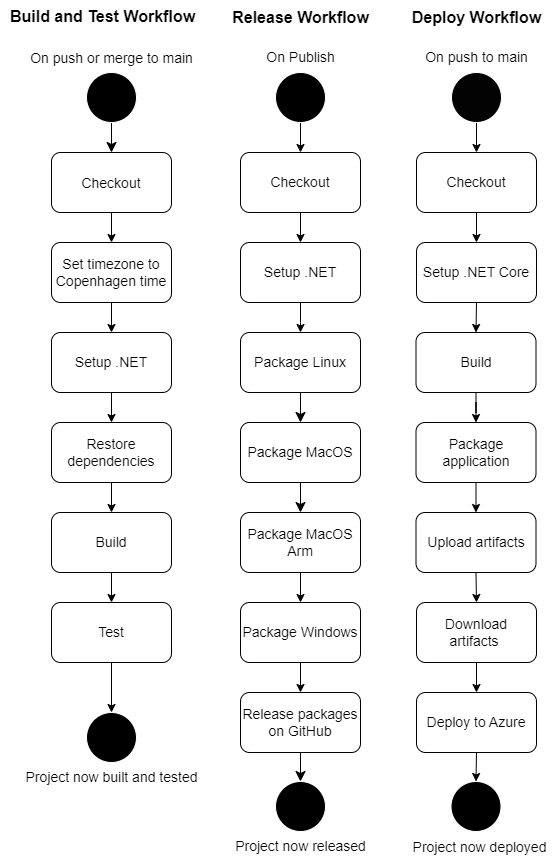
The draw.io diagram docs/diagrams/ReleaseActivityDiagram.png in ITU-BDSA23-GROUP19/Chirp, before a commit. Source tidied: cells renumbered, new cells last; positions are measured from the earlier drawing's top-left corner, leaving out a move shared by most shapes.
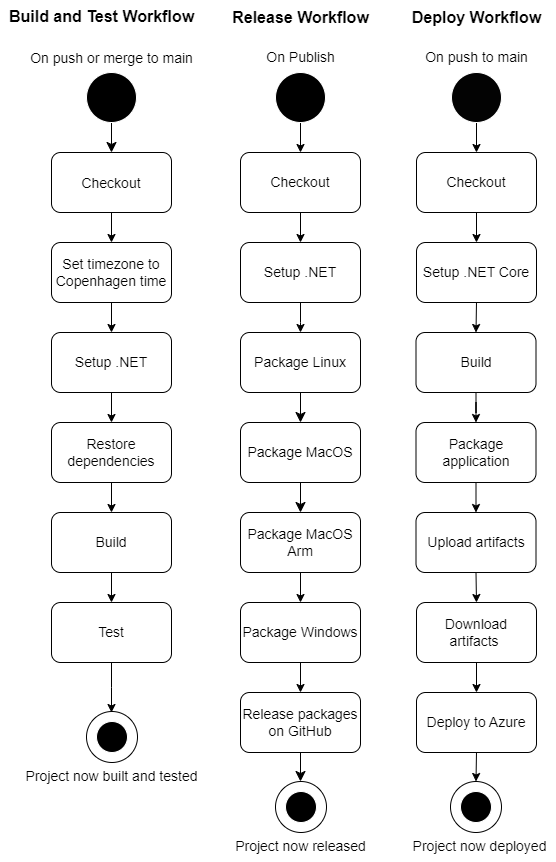
Later version of the same file.

Diff of the diagram source:
```diff
@@ -44,9 +44,6 @@
     <mxCell id="13" value="&lt;font style=&quot;font-size: 14px;&quot;&gt;Package Windows&lt;/font&gt;" style="rounded=1;whiteSpace=wrap;html=1;fillColor=#FFFFFF;strokeColor=#000000;" parent="1" vertex="1">
       <mxGeometry x="240" y="602" width="120" height="60" as="geometry" />
     </mxCell>
-    <mxCell id="14" style="ellipse;whiteSpace=wrap;html=1;fillColor=#000000;strokeColor=#FFFFFF;" parent="1" vertex="1">
-      <mxGeometry x="275" y="781" width="50" height="50" as="geometry" />
-    </mxCell>
     <mxCell id="15" value="&lt;font style=&quot;font-size: 14px;&quot;&gt;Project now released&lt;/font&gt;" style="text;html=1;align=center;verticalAlign=middle;strokeColor=none;fillColor=none;" parent="1" vertex="1">
       <mxGeometry x="220" y="831" width="160" height="30" as="geometry" />
     </mxCell>
@@ -83,9 +80,6 @@
     <mxCell id="26" value="&lt;font color=&quot;#000000&quot; style=&quot;font-size: 14px;&quot;&gt;Build&lt;br&gt;&lt;/font&gt;" style="rounded=1;whiteSpace=wrap;html=1;fillColor=#FFFFFF;strokeColor=#000000;fontColor=#FFFFFF;" parent="1" vertex="1">
       <mxGeometry x="415.5" y="332" width="120" height="60" as="geometry" />
     </mxCell>
-    <mxCell id="27" style="ellipse;whiteSpace=wrap;html=1;strokeColor=#FFFFFF;fillColor=#000000;" parent="1" vertex="1">
-      <mxGeometry x="450.5" y="781" width="50" height="50" as="geometry" />
-    </mxCell>
     <mxCell id="28" value="&lt;font color=&quot;#030303&quot; style=&quot;font-size: 14px;&quot;&gt;Project now deployed&lt;br&gt;&lt;/font&gt;" style="text;html=1;align=center;verticalAlign=middle;strokeColor=none;fillColor=none;fontColor=#FFFFFF;" parent="1" vertex="1">
       <mxGeometry x="402" y="832" width="153" height="29" as="geometry" />
     </mxCell>
@@ -134,15 +128,14 @@
     <mxCell id="43" value="&lt;font style=&quot;font-size: 14px;&quot;&gt;Build&lt;/font&gt;" style="rounded=1;whiteSpace=wrap;html=1;strokeColor=#000000;fillColor=#FFFFFF;" parent="1" vertex="1">
       <mxGeometry x="51" y="512" width="120" height="60" as="geometry" />
     </mxCell>
-    <mxCell id="44" style="edgeStyle=orthogonalEdgeStyle;rounded=0;jettySize=auto;html=1;exitX=0.5;exitY=1;exitDx=0;exitDy=0;entryX=0.5;entryY=0;entryDx=0;entryDy=0;strokeColor=#000000;" parent="1" edge="1" source="45" target="46">
-      <mxGeometry relative="1" as="geometry" />
+    <mxCell id="44" style="edgeStyle=orthogonalEdgeStyle;rounded=0;jettySize=auto;html=1;exitX=0.5;exitY=1;exitDx=0;exitDy=0;entryX=0.5;entryY=0;entryDx=0;entryDy=0;strokeColor=#000000;" parent="1" edge="1" source="45">
+      <mxGeometry relative="1" as="geometry">
+        <mxPoint x="111" y="712" as="targetPoint" />
+      </mxGeometry>
     </mxCell>
     <mxCell id="45" value="&lt;span style=&quot;font-size: 14px;&quot;&gt;Test&lt;/span&gt;" style="rounded=1;whiteSpace=wrap;html=1;strokeColor=#000000;fillColor=#FFFFFF;" parent="1" vertex="1">
       <mxGeometry x="51" y="602" width="120" height="60" as="geometry" />
     </mxCell>
-    <mxCell id="46" style="ellipse;whiteSpace=wrap;html=1;fontSize=16;fillColor=#000000;strokeColor=#FFFFFF;" parent="1" vertex="1">
-      <mxGeometry x="86" y="712" width="50" height="50" as="geometry" />
-    </mxCell>
     <mxCell id="47" value="&lt;font style=&quot;font-size: 14px;&quot;&gt;Project now built and tested&lt;/font&gt;" style="text;html=1;align=center;verticalAlign=middle;strokeColor=none;fillColor=none;" parent="1" vertex="1">
       <mxGeometry x="15" y="762" width="192" height="29" as="geometry" />
     </mxCell>
@@ -158,8 +151,10 @@
     <mxCell id="51" value="&lt;font style=&quot;font-size: 14px;&quot;&gt;Package MacOS&lt;br&gt;&lt;/font&gt;" style="rounded=1;whiteSpace=wrap;html=1;fillColor=#FFFFFF;strokeColor=#000000;" parent="1" vertex="1">
       <mxGeometry x="240" y="422" width="120" height="60" as="geometry" />
     </mxCell>
-    <mxCell id="52" style="edgeStyle=none;curved=1;rounded=0;jettySize=auto;html=1;exitX=0.5;exitY=1;exitDx=0;exitDy=0;entryX=0.5;entryY=0;entryDx=0;entryDy=0;fontSize=12;startSize=8;endSize=8;" parent="1" edge="1" source="53" target="14">
-      <mxGeometry relative="1" as="geometry" />
+    <mxCell id="52" style="edgeStyle=none;curved=1;rounded=0;jettySize=auto;html=1;exitX=0.5;exitY=1;exitDx=0;exitDy=0;entryX=0.5;entryY=0;entryDx=0;entryDy=0;fontSize=12;startSize=8;endSize=8;" parent="1" edge="1" source="53">
+      <mxGeometry relative="1" as="geometry">
+        <mxPoint x="300" y="781" as="targetPoint" />
+      </mxGeometry>
     </mxCell>
     <mxCell id="53" value="&lt;span style=&quot;font-size: 14px;&quot;&gt;Release packages on GitHub&lt;/span&gt;" style="rounded=1;whiteSpace=wrap;html=1;fillColor=#FFFFFF;strokeColor=#000000;" parent="1" vertex="1">
       <mxGeometry x="240" y="692" width="120" height="60" as="geometry" />
@@ -182,11 +177,29 @@
     <mxCell id="59" value="&lt;font color=&quot;#000000&quot; style=&quot;font-size: 14px;&quot;&gt;Download artifacts&amp;nbsp;&lt;br&gt;&lt;/font&gt;" style="rounded=1;whiteSpace=wrap;html=1;fillColor=#FFFFFF;strokeColor=#000000;fontColor=#FFFFFF;" parent="1" vertex="1">
       <mxGeometry x="416" y="602" width="120" height="60" as="geometry" />
     </mxCell>
-    <mxCell id="60" style="edgeStyle=orthogonalEdgeStyle;rounded=0;jettySize=auto;html=1;exitX=0.5;exitY=1;exitDx=0;exitDy=0;entryX=0.5;entryY=0;entryDx=0;entryDy=0;" parent="1" edge="1" source="61" target="27">
+    <mxCell id="60" style="edgeStyle=orthogonalEdgeStyle;rounded=0;jettySize=auto;html=1;exitX=0.5;exitY=1;exitDx=0;exitDy=0;entryX=0.5;entryY=0;entryDx=0;entryDy=0;" parent="1" edge="1" source="61" target="62">
       <mxGeometry relative="1" as="geometry" />
     </mxCell>
     <mxCell id="61" value="&lt;font color=&quot;#000000&quot; style=&quot;font-size: 14px;&quot;&gt;Deploy to Azure&lt;br&gt;&lt;/font&gt;" style="rounded=1;whiteSpace=wrap;html=1;fillColor=#FFFFFF;strokeColor=#000000;fontColor=#FFFFFF;" parent="1" vertex="1">
       <mxGeometry x="416" y="692" width="120" height="60" as="geometry" />
     </mxCell>
+    <mxCell id="62" style="ellipse;whiteSpace=wrap;html=1;" parent="1" vertex="1">
+      <mxGeometry x="450" y="781" width="51" height="51" as="geometry" />
+    </mxCell>
+    <mxCell id="27" style="ellipse;whiteSpace=wrap;html=1;strokeColor=#FFFFFF;fillColor=#000000;" parent="1" vertex="1">
+      <mxGeometry x="460" y="791" width="31" height="31" as="geometry" />
+    </mxCell>
+    <mxCell id="63" style="ellipse;whiteSpace=wrap;html=1;" parent="1" vertex="1">
+      <mxGeometry x="275" y="781" width="51" height="51" as="geometry" />
+    </mxCell>
+    <mxCell id="64" style="ellipse;whiteSpace=wrap;html=1;strokeColor=#FFFFFF;fillColor=#000000;" parent="1" vertex="1">
+      <mxGeometry x="285" y="791" width="31" height="31" as="geometry" />
+    </mxCell>
+    <mxCell id="65" style="ellipse;whiteSpace=wrap;html=1;" parent="1" vertex="1">
+      <mxGeometry x="86" y="711" width="51" height="51" as="geometry" />
+    </mxCell>
+    <mxCell id="66" style="ellipse;whiteSpace=wrap;html=1;strokeColor=#FFFFFF;fillColor=#000000;" parent="1" vertex="1">
+      <mxGeometry x="96" y="721" width="31" height="31" as="geometry" />
+    </mxCell>
   </root>
 </mxGraphModel>
```
